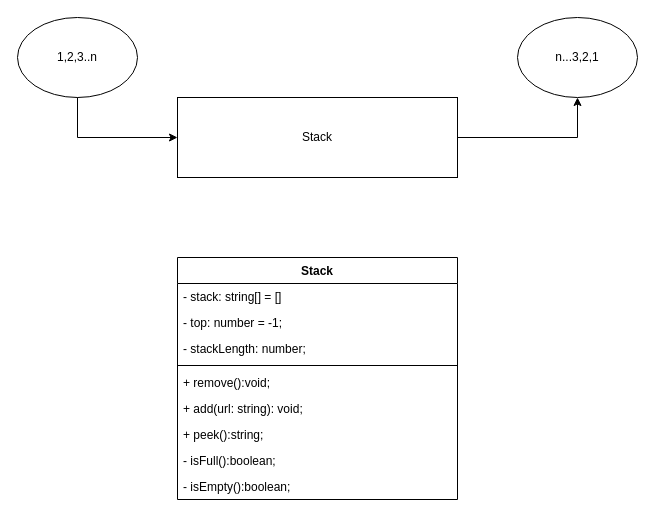
This is 1_stack/stack.drawio from MTONSEG/dsa, a draw.io file, before an edit. Source tidied: cells renumbered, new cells numbered last; positions are measured from the earlier drawing's top-left corner, leaving out a move shared by most shapes. Both pictures are drawn from the tidied source at 100%, with x=0, y=0 at pixel (17, 17).
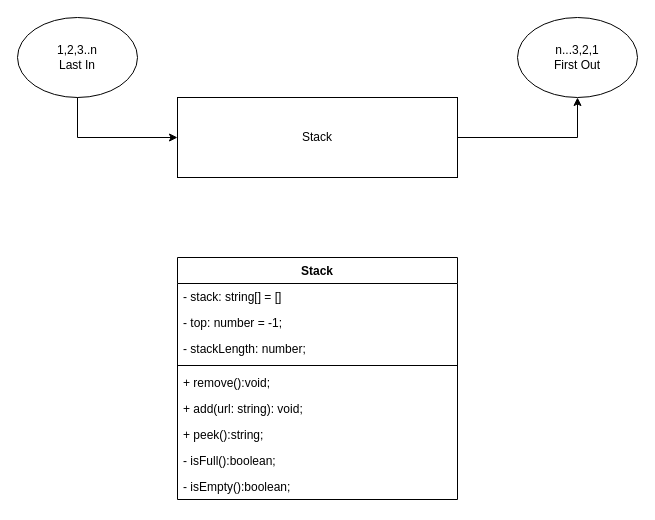
The same diagram, later.

Diff of the diagram source:
```diff
@@
 <mxGraphModel>
   <root>
     <mxCell id="0" />
     <mxCell id="1" parent="0" />
     <mxCell id="2" value="Stack" style="rounded=0;whiteSpace=wrap;html=1;" parent="1" vertex="1">
       <mxGeometry x="160" y="80" width="280" height="80" as="geometry" />
     </mxCell>
-    <mxCell id="3" value="1,2,3..n" style="ellipse;whiteSpace=wrap;html=1;" parent="1" vertex="1">
+    <mxCell id="3" value="1,2,3..n&lt;br&gt;Last In" style="ellipse;whiteSpace=wrap;html=1;" parent="1" vertex="1">
       <mxGeometry width="120" height="80" as="geometry" />
     </mxCell>
     <mxCell id="4" style="endArrow=classic;html=1;rounded=0;exitX=0.5;exitY=1;exitDx=0;exitDy=0;entryX=0;entryY=0.5;entryDx=0;entryDy=0;" parent="1" edge="1" source="3" target="2">
       <mxGeometry relative="1" as="geometry">
         <Array as="points">
           <mxPoint x="60" y="120" />
         </Array>
       </mxGeometry>
     </mxCell>
-    <mxCell id="5" value="n...3,2,1" style="ellipse;whiteSpace=wrap;html=1;" parent="1" vertex="1">
+    <mxCell id="5" value="n...3,2,1&lt;br&gt;First Out" style="ellipse;whiteSpace=wrap;html=1;" parent="1" vertex="1">
       <mxGeometry x="500" width="120" height="80" as="geometry" />
     </mxCell>
     <mxCell id="6" style="endArrow=classic;html=1;rounded=0;entryX=0.5;entryY=1;entryDx=0;entryDy=0;exitX=1;exitY=0.5;exitDx=0;exitDy=0;" parent="1" edge="1" source="2" target="5">
       <mxGeometry relative="1" as="geometry">
         <Array as="points">
           <mxPoint x="560" y="120" />
         </Array>
       </mxGeometry>
     </mxCell>
     <mxCell id="7" value="Stack" style="swimlane;fontStyle=1;align=center;verticalAlign=top;horizontal=1;startSize=26;" parent="1" vertex="1">
       <mxGeometry x="160" y="240" width="280" height="242" as="geometry" />
     </mxCell>
     <mxCell id="8" value="- stack: string[] = []" style="text;strokeColor=none;fillColor=none;align=left;verticalAlign=top;spacingLeft=4;spacingRight=4;overflow=hidden;" parent="7" vertex="1">
       <mxGeometry y="26" width="280" height="26" as="geometry" />
     </mxCell>
     <mxCell id="9" value="- top: number = -1;" style="text;strokeColor=none;fillColor=none;align=left;verticalAlign=top;spacingLeft=4;spacingRight=4;overflow=hidden;" parent="7" vertex="1">
       <mxGeometry y="52" width="280" height="26" as="geometry" />
     </mxCell>
     <mxCell id="10" value="- stackLength: number;" style="text;strokeColor=none;fillColor=none;align=left;verticalAlign=top;spacingLeft=4;spacingRight=4;overflow=hidden;" parent="7" vertex="1">
       <mxGeometry y="78" width="280" height="26" as="geometry" />
     </mxCell>
     <mxCell id="11" style="line;strokeWidth=1;fillColor=none;align=left;verticalAlign=middle;spacingTop=-1;spacingLeft=3;spacingRight=3;labelPosition=right;strokeColor=inherit;" parent="7" vertex="1">
       <mxGeometry y="104" width="280" height="8" as="geometry" />
     </mxCell>
     <mxCell id="12" value="+ remove():void;" style="text;strokeColor=none;fillColor=none;align=left;verticalAlign=top;spacingLeft=4;spacingRight=4;overflow=hidden;" parent="7" vertex="1">
       <mxGeometry y="112" width="280" height="26" as="geometry" />
     </mxCell>
     <mxCell id="13" value="+ add(url: string): void;" style="text;strokeColor=none;fillColor=none;align=left;verticalAlign=top;spacingLeft=4;spacingRight=4;overflow=hidden;" parent="7" vertex="1">
       <mxGeometry y="138" width="280" height="26" as="geometry" />
     </mxCell>
     <mxCell id="14" value="+ peek():string;" style="text;strokeColor=none;fillColor=none;align=left;verticalAlign=top;spacingLeft=4;spacingRight=4;overflow=hidden;" parent="7" vertex="1">
       <mxGeometry y="164" width="280" height="26" as="geometry" />
     </mxCell>
     <mxCell id="15" value="- isFull():boolean;" style="text;strokeColor=none;fillColor=none;align=left;verticalAlign=top;spacingLeft=4;spacingRight=4;overflow=hidden;" parent="7" vertex="1">
       <mxGeometry y="190" width="280" height="26" as="geometry" />
     </mxCell>
     <mxCell id="16" value="- isEmpty():boolean;" style="text;strokeColor=none;fillColor=none;align=left;verticalAlign=top;spacingLeft=4;spacingRight=4;overflow=hidden;" parent="7" vertex="1">
       <mxGeometry y="216" width="280" height="26" as="geometry" />
     </mxCell>
   </root>
 </mxGraphModel>
```
